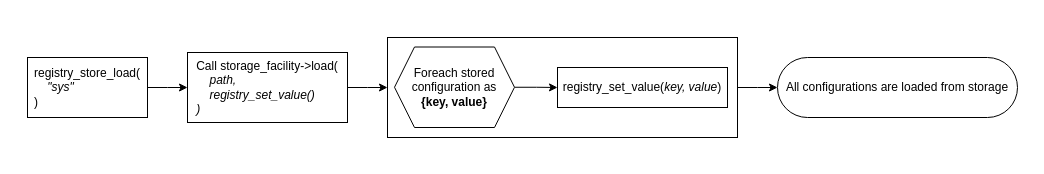
LasseRosenow/riot-runtime-config keeps this draw.io diagram as doc/drawio/flow/basic_behavioral_flow_load.drawio. Above is the earlier version. Source tidied: cells renumbered, new cells numbered last; positions are measured from the earlier drawing's top-left corner, leaving out a move shared by most shapes. Both pictures are drawn from the tidied source at 100%, with x=0, y=0 at pixel (17, 17).
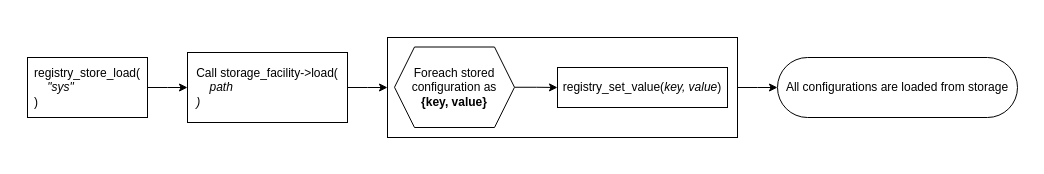
After the change.

The edit, as a diff of the source:
```diff
@@
 <mxGraphModel background="#FFFFFF">
   <root>
     <mxCell id="0" />
     <mxCell id="1" parent="0" />
     <mxCell id="2" style="rounded=0;whiteSpace=wrap;html=1;strokeColor=none;" parent="1" vertex="1">
       <mxGeometry width="1010" height="140" as="geometry" />
     </mxCell>
     <mxCell id="3" value="registry_store_load(&lt;br&gt;&lt;div style=&quot;text-align: left&quot;&gt;&lt;span&gt;&lt;i&gt;&amp;nbsp; &amp;nbsp; &quot;sys&quot;&lt;/i&gt;&lt;/span&gt;&lt;/div&gt;&lt;div style=&quot;text-align: left&quot;&gt;&lt;span&gt;)&lt;/span&gt;&lt;/div&gt;" style="rounded=0;whiteSpace=wrap;html=1;" parent="1" vertex="1">
       <mxGeometry x="10" y="40" width="120" height="60" as="geometry" />
     </mxCell>
     <mxCell id="4" style="edgeStyle=elbowEdgeStyle;rounded=0;html=1;" parent="1" edge="1" source="3" target="5">
       <mxGeometry relative="1" as="geometry" />
     </mxCell>
-    <mxCell id="5" value="Call storage_facility-&amp;gt;load(&lt;br&gt;&lt;div style=&quot;text-align: left&quot;&gt;&lt;i&gt;&amp;nbsp; &amp;nbsp; path,&lt;/i&gt;&lt;/div&gt;&lt;i&gt;&lt;div style=&quot;text-align: left&quot;&gt;&lt;i&gt;&amp;nbsp; &amp;nbsp; registry_set_value()&lt;/i&gt;&lt;/div&gt;&lt;div style=&quot;text-align: left&quot;&gt;&lt;span&gt;)&lt;/span&gt;&lt;/div&gt;&lt;/i&gt;" style="rounded=0;whiteSpace=wrap;html=1;" parent="1" vertex="1">
+    <mxCell id="5" value="Call storage_facility-&amp;gt;load(&lt;br&gt;&lt;div style=&quot;text-align: left&quot;&gt;&lt;i&gt;&amp;nbsp; &amp;nbsp; path&lt;/i&gt;&lt;/div&gt;&lt;i&gt;&lt;div style=&quot;text-align: left&quot;&gt;&lt;span&gt;)&lt;/span&gt;&lt;/div&gt;&lt;/i&gt;" style="rounded=0;whiteSpace=wrap;html=1;" parent="1" vertex="1">
       <mxGeometry x="170" y="35" width="160" height="70" as="geometry" />
     </mxCell>
     <mxCell id="6" style="edgeStyle=elbowEdgeStyle;rounded=0;html=1;" parent="1" edge="1" source="7" target="8">
       <mxGeometry relative="1" as="geometry" />
     </mxCell>
     <mxCell id="7" style="rounded=0;whiteSpace=wrap;html=1;verticalAlign=top;" parent="1" vertex="1">
       <mxGeometry x="370" y="20" width="350" height="100" as="geometry" />
     </mxCell>
     <mxCell id="8" value="All configurations are loaded from storage" style="rounded=1;whiteSpace=wrap;html=1;arcSize=50;" parent="1" vertex="1">
       <mxGeometry x="760" y="40" width="240" height="60" as="geometry" />
     </mxCell>
     <mxCell id="9" style="edgeStyle=elbowEdgeStyle;rounded=0;html=1;exitX=1;exitY=0.5;exitDx=0;exitDy=0;" parent="1" edge="1" source="11" target="10">
       <mxGeometry relative="1" as="geometry" />
     </mxCell>
     <mxCell id="10" value="registry_set_value(&lt;i&gt;key, value&lt;/i&gt;)" style="rounded=0;whiteSpace=wrap;html=1;" parent="1" vertex="1">
       <mxGeometry x="540" y="50" width="170" height="40" as="geometry" />
     </mxCell>
     <mxCell id="11" value="Foreach stored configuration&amp;nbsp;as&lt;br&gt;&lt;b&gt;{key, value}&lt;/b&gt;" style="shape=hexagon;perimeter=hexagonPerimeter2;whiteSpace=wrap;html=1;fixedSize=1;" parent="1" vertex="1">
       <mxGeometry x="377" y="29.5" width="120" height="80.5" as="geometry" />
     </mxCell>
     <mxCell id="12" style="edgeStyle=elbowEdgeStyle;rounded=0;html=1;" parent="1" edge="1" source="5" target="7">
       <mxGeometry relative="1" as="geometry" />
     </mxCell>
   </root>
 </mxGraphModel>
```
